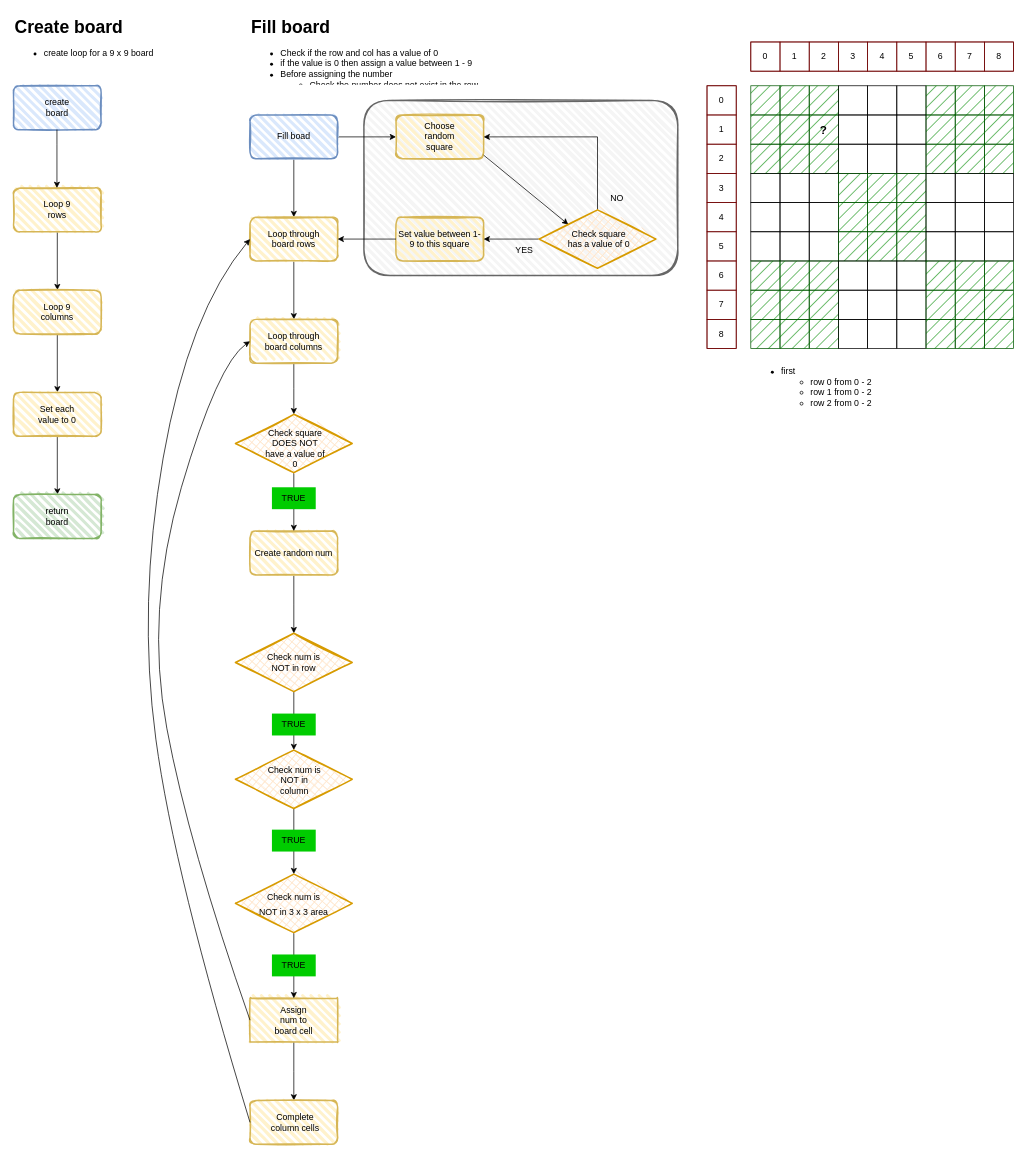
Earlier version of the draw.io diagram Untitled Diagram.drawio (halfpintutopia/sudoku). Source tidied: cells renumbered, new cells numbered last; positions are measured from the earlier drawing's top-left corner, leaving out a move shared by most shapes. Both pictures are drawn from the tidied source at 73%, with x=0, y=0 at pixel (13, 12).
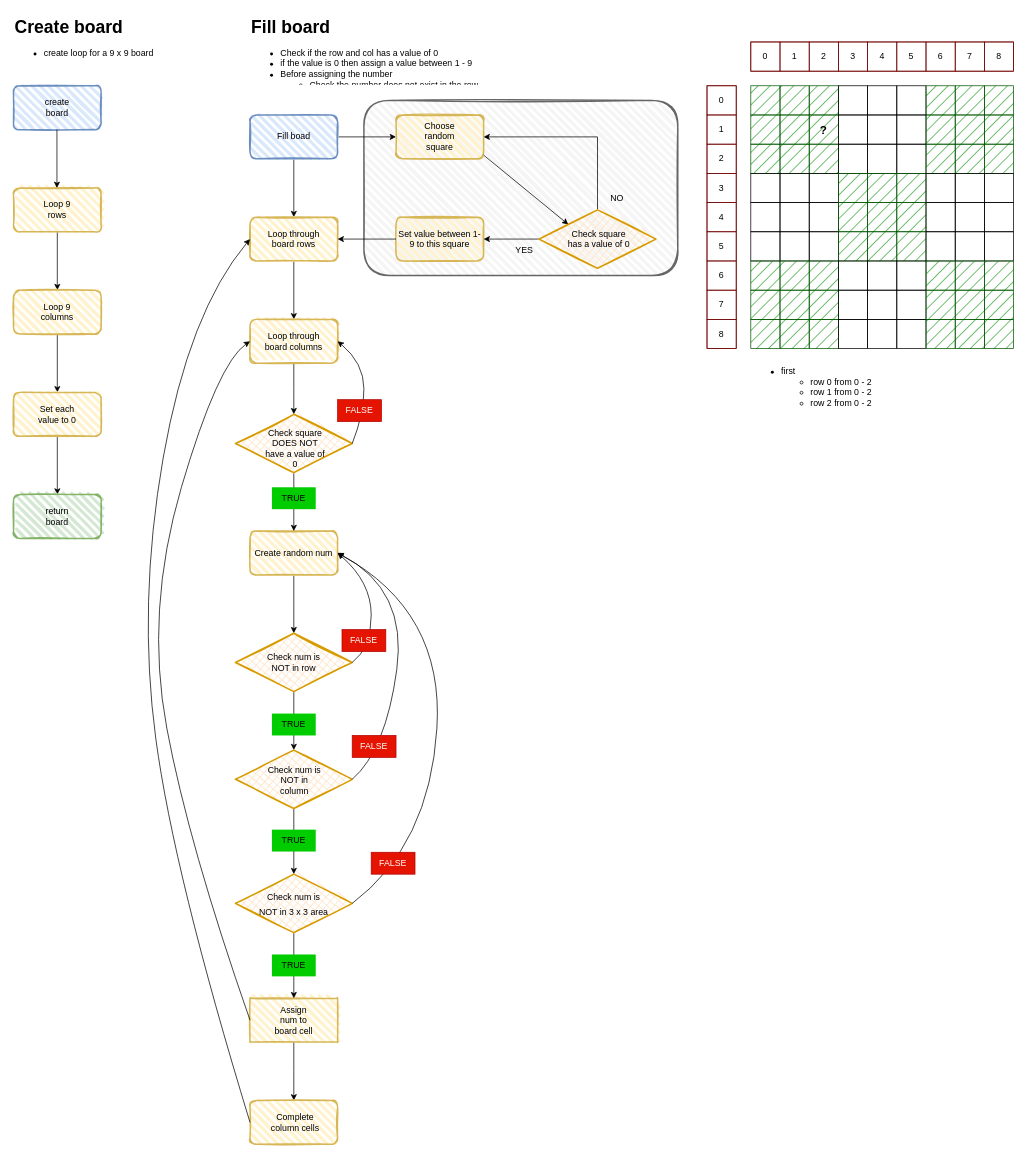
After the change.

Commit message:
Add the false conditions

Unchanged cells that the change refers to:
```xml
<mxCell id="3" style="rounded=1;whiteSpace=wrap;html=1;strokeWidth=2;fillWeight=4;hachureGap=8;hachureAngle=45;fillColor=#fff2cc;sketch=1;strokeColor=#d6b656;" parent="1" vertex="1">
  <mxGeometry x="324" y="710" width="120" height="60" as="geometry" />
</mxCell>
<mxCell id="32" style="rounded=1;whiteSpace=wrap;html=1;strokeWidth=2;fillWeight=4;hachureGap=8;hachureAngle=45;fillColor=#fff2cc;sketch=1;strokeColor=#d6b656;" parent="1" vertex="1">
  <mxGeometry x="324" y="420" width="120" height="60" as="geometry" />
</mxCell>
<mxCell id="43" style="rhombus;whiteSpace=wrap;html=1;strokeWidth=2;fillWeight=-1;hachureGap=8;fillStyle=cross-hatch;fillColor=#ffe6cc;sketch=1;strokeColor=#d79b00;" parent="1" vertex="1">
  <mxGeometry x="304" y="550" width="160" height="80" as="geometry" />
</mxCell>
<mxCell id="51" style="rhombus;whiteSpace=wrap;html=1;strokeWidth=2;fillWeight=-1;hachureGap=8;fillStyle=cross-hatch;fillColor=#ffe6cc;sketch=1;strokeColor=#d79b00;" parent="1" vertex="1">
  <mxGeometry x="304" y="850" width="160" height="80" as="geometry" />
</mxCell>
<mxCell id="189" style="rhombus;whiteSpace=wrap;html=1;strokeWidth=2;fillWeight=-1;hachureGap=8;fillStyle=cross-hatch;fillColor=#ffe6cc;sketch=1;strokeColor=#d79b00;" parent="1" vertex="1">
  <mxGeometry x="304" y="1180" width="160" height="80" as="geometry" />
</mxCell>
```

Change to the diagram source:
```diff
@@
+    <mxCell id="192" style="curved=1;endArrow=classic;html=1;rounded=0;fontSize=12;exitX=1;exitY=0.5;exitDx=0;exitDy=0;entryX=1;entryY=0.5;entryDx=0;entryDy=0;" parent="1" edge="1" source="51" target="3">
+      <mxGeometry relative="1" as="geometry">
+        <Array as="points">
+          <mxPoint x="490" y="870" />
+          <mxPoint x="490" y="780" />
+        </Array>
+      </mxGeometry>
+    </mxCell>
+    <mxCell id="193" style="curved=1;endArrow=classic;html=1;rounded=0;fontSize=12;exitX=1;exitY=0.5;exitDx=0;exitDy=0;entryX=1;entryY=0.5;entryDx=0;entryDy=0;" parent="1" edge="1" target="3">
+      <mxGeometry relative="1" as="geometry">
+        <mxPoint x="464" y="1050" as="sourcePoint" />
+        <Array as="points">
+          <mxPoint x="510" y="1010" />
+          <mxPoint x="540" y="790" />
+        </Array>
+      </mxGeometry>
+    </mxCell>
+    <mxCell id="194" style="curved=1;endArrow=classic;html=1;rounded=0;fontSize=12;exitX=1;exitY=0.5;exitDx=0;exitDy=0;entryX=1;entryY=0.5;entryDx=0;entryDy=0;" parent="1" edge="1" source="189" target="3">
+      <mxGeometry relative="1" as="geometry">
+        <Array as="points">
+          <mxPoint x="570" y="1140" />
+          <mxPoint x="590" y="820" />
+        </Array>
+      </mxGeometry>
+    </mxCell>
+    <mxCell id="195" value="FALSE" style="text;html=1;strokeColor=#B20000;fillColor=#e51400;align=center;verticalAlign=middle;whiteSpace=wrap;rounded=0;rotation=0;fontColor=#ffffff;" parent="1" vertex="1">
+      <mxGeometry x="490" y="1150" width="60" height="30" as="geometry" />
+    </mxCell>
+    <mxCell id="196" value="FALSE" style="text;html=1;strokeColor=#B20000;fillColor=#e51400;align=center;verticalAlign=middle;whiteSpace=wrap;rounded=0;rotation=0;fontColor=#ffffff;" parent="1" vertex="1">
+      <mxGeometry x="464" y="990" width="60" height="30" as="geometry" />
+    </mxCell>
+    <mxCell id="197" value="FALSE" style="text;html=1;strokeColor=#B20000;fillColor=#e51400;align=center;verticalAlign=middle;whiteSpace=wrap;rounded=0;rotation=0;fontColor=#ffffff;" parent="1" vertex="1">
+      <mxGeometry x="450" y="845" width="60" height="30" as="geometry" />
+    </mxCell>
+    <mxCell id="198" style="curved=1;endArrow=classic;html=1;rounded=0;fontSize=12;exitX=1;exitY=0.5;exitDx=0;exitDy=0;entryX=1;entryY=0.5;entryDx=0;entryDy=0;" parent="1" edge="1" source="43" target="32">
+      <mxGeometry relative="1" as="geometry">
+        <Array as="points">
+          <mxPoint x="480" y="550" />
+          <mxPoint x="480" y="480" />
+        </Array>
+      </mxGeometry>
+    </mxCell>
+    <mxCell id="199" value="FALSE" style="text;html=1;strokeColor=#B20000;fillColor=#e51400;align=center;verticalAlign=middle;whiteSpace=wrap;rounded=0;rotation=0;fontColor=#ffffff;" parent="1" vertex="1">
+      <mxGeometry x="444" y="530" width="60" height="30" as="geometry" />
+    </mxCell>
```
